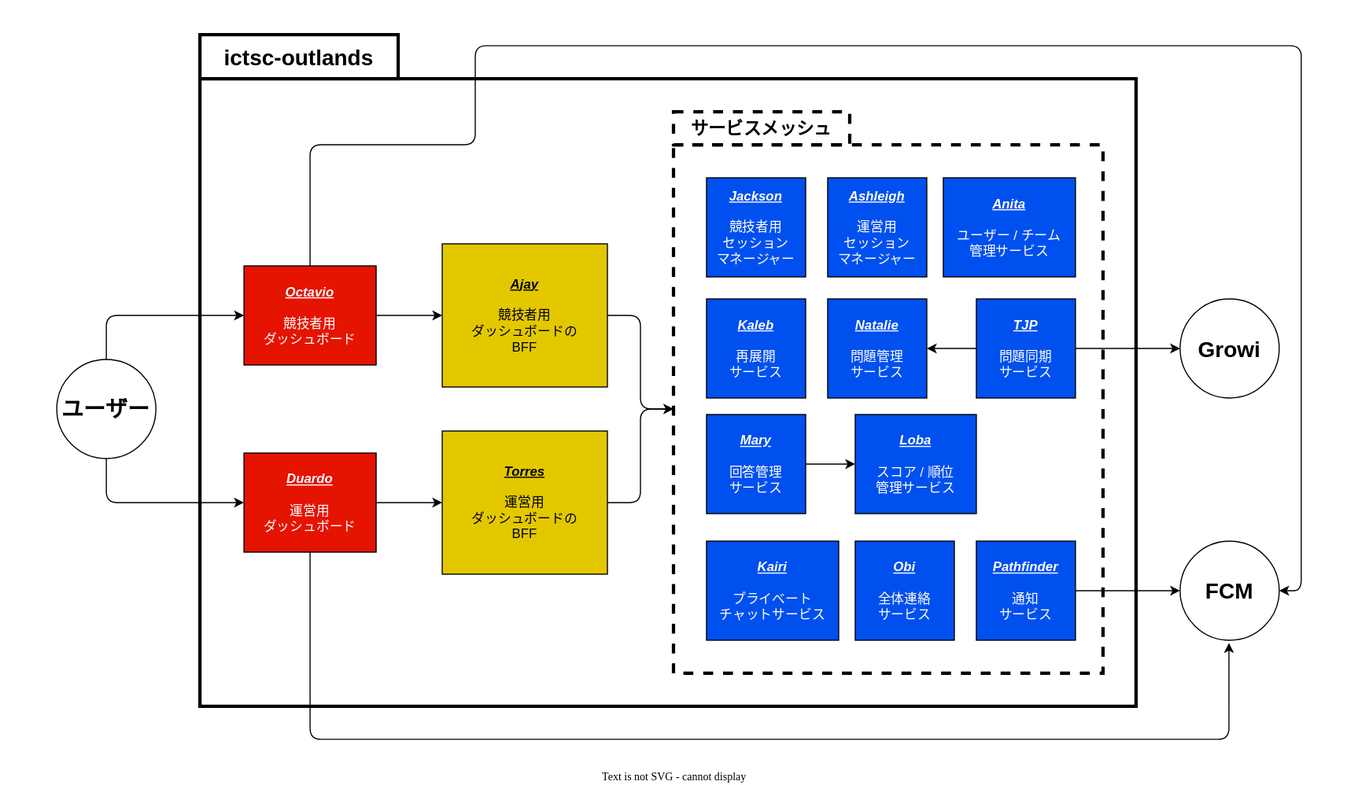
The draw.io diagram docs/architecture.dio.svg in ictsc/ictsc-regalia, before a commit. Source tidied: cells renumbered, new cells last; positions are measured from the earlier drawing's top-left corner, leaving out a move shared by most shapes.
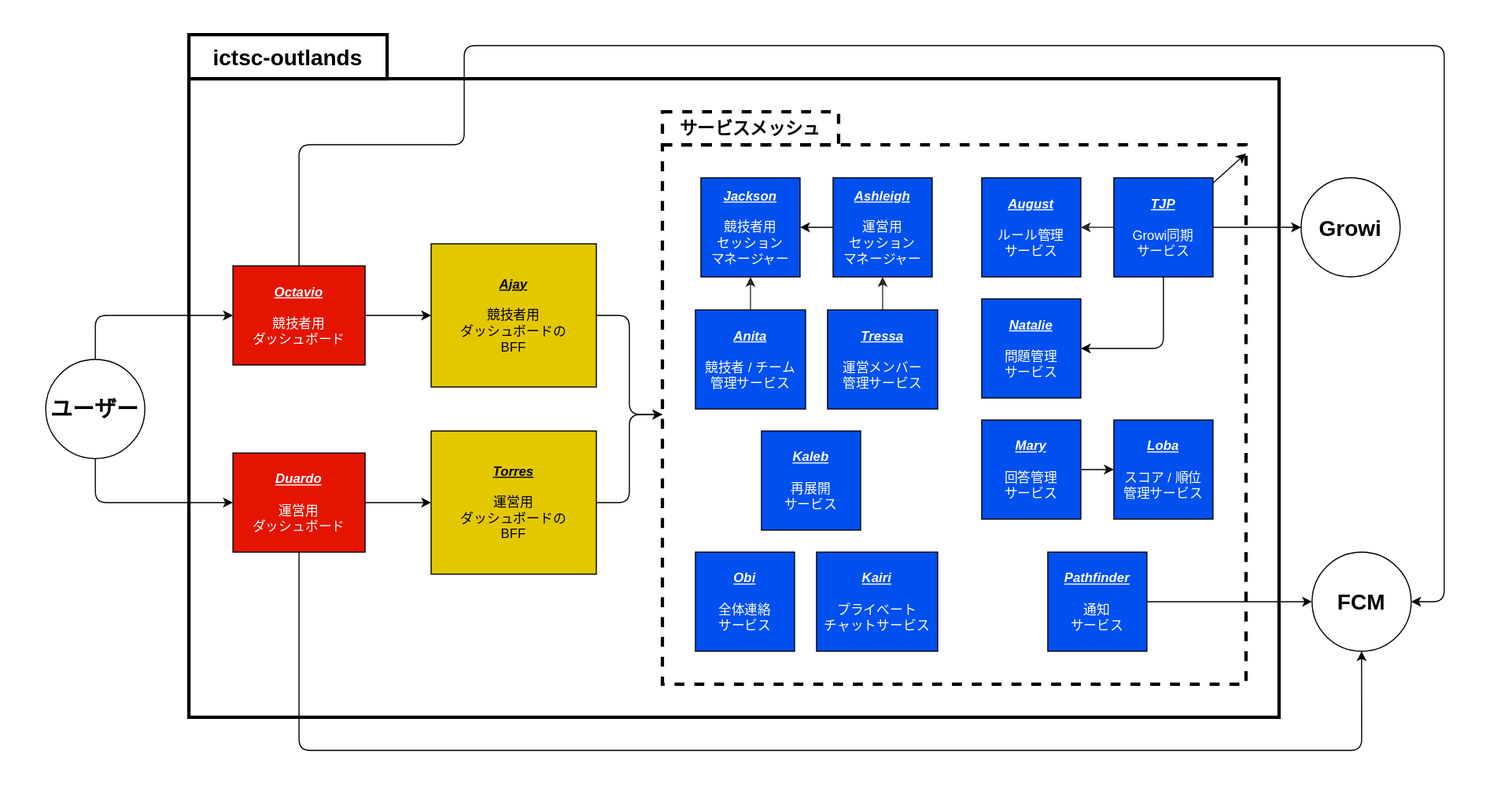
The same file after the commit.

Diff of the diagram source:
```diff
@@ -3,38 +3,25 @@
     <mxCell id="0" />
     <mxCell id="1" parent="0" />
     <mxCell id="2" style="whiteSpace=wrap;html=1;strokeWidth=3;fillColor=#FFFFFF;fontColor=#000000;strokeColor=none;fillStyle=solid;" parent="1" vertex="1">
-      <mxGeometry width="1220" height="710" as="geometry" />
+      <mxGeometry x="10" width="1370" height="720" as="geometry" />
     </mxCell>
     <mxCell id="3" style="whiteSpace=wrap;html=1;fillColor=none;strokeWidth=3;strokeColor=#000000;fontColor=#000000;" parent="1" vertex="1">
-      <mxGeometry x="180" y="70" width="850" height="570" as="geometry" />
+      <mxGeometry x="180" y="70" width="990" height="580" as="geometry" />
     </mxCell>
     <mxCell id="4" style="edgeStyle=orthogonalEdgeStyle;html=1;exitX=1;exitY=0.5;exitDx=0;exitDy=0;strokeColor=#000000;fontColor=#000000;" parent="1" edge="1" source="6" target="13">
       <mxGeometry relative="1" as="geometry" />
     </mxCell>
-    <mxCell id="5" style="edgeStyle=orthogonalEdgeStyle;html=1;strokeColor=#000000;fontColor=#000000;startArrow=none;exitX=0.5;exitY=0;exitDx=0;exitDy=0;" parent="1" edge="1" source="6">
-      <mxGeometry relative="1" as="geometry">
-        <mxPoint x="1160" y="535" as="targetPoint" />
-        <Array as="points">
-          <mxPoint x="280" y="130" />
-          <mxPoint x="430" y="130" />
-          <mxPoint x="430" y="40" />
-          <mxPoint x="1180" y="40" />
-          <mxPoint x="1180" y="535" />
-        </Array>
-      </mxGeometry>
-    </mxCell>
     <mxCell id="6" value="&lt;b&gt;&lt;i&gt;&lt;u&gt;Octavio&lt;br&gt;&lt;/u&gt;&lt;/i&gt;&lt;/b&gt;&lt;br&gt;競技者用&lt;br&gt;ダッシュボード" style="whiteSpace=wrap;html=1;fillColor=#e51400;strokeColor=#000000;fontColor=#ffffff;" parent="1" vertex="1">
       <mxGeometry x="220" y="240" width="120" height="90" as="geometry" />
     </mxCell>
     <mxCell id="7" style="edgeStyle=orthogonalEdgeStyle;html=1;exitX=1;exitY=0.5;exitDx=0;exitDy=0;entryX=0;entryY=0.5;entryDx=0;entryDy=0;strokeColor=#000000;fontColor=#000000;" parent="1" edge="1" source="9" target="15">
       <mxGeometry relative="1" as="geometry" />
     </mxCell>
-    <mxCell id="8" style="edgeStyle=orthogonalEdgeStyle;html=1;entryX=0.5;entryY=1;entryDx=0;entryDy=0;strokeColor=#000000;fontColor=#000000;" parent="1" edge="1" source="9">
+    <mxCell id="8" style="edgeStyle=orthogonalEdgeStyle;html=1;entryX=0.5;entryY=1;entryDx=0;entryDy=0;strokeColor=#000000;fontColor=#000000;" parent="1" edge="1" source="9" target="35">
       <mxGeometry relative="1" as="geometry">
-        <mxPoint x="1114.4" y="582.5" as="targetPoint" />
         <Array as="points">
-          <mxPoint x="280" y="670" />
-          <mxPoint x="1114" y="670" />
+          <mxPoint x="280" y="680" />
+          <mxPoint x="1245" y="680" />
         </Array>
       </mxGeometry>
     </mxCell>
@@ -53,6 +40,9 @@
     <mxCell id="13" value="&lt;b&gt;&lt;i&gt;&lt;u&gt;Ajay&lt;br&gt;&lt;/u&gt;&lt;/i&gt;&lt;/b&gt;&lt;br&gt;競技者用&lt;br&gt;ダッシュボードの&lt;br&gt;BFF" style="whiteSpace=wrap;html=1;strokeColor=#000000;fontColor=#000000;fillColor=#e3c800;" parent="1" vertex="1">
       <mxGeometry x="400" y="220" width="150" height="130" as="geometry" />
     </mxCell>
+    <mxCell id="32" value="&lt;blockquote&gt;&lt;br&gt;&lt;/blockquote&gt;" style="whiteSpace=wrap;html=1;fillStyle=solid;strokeColor=#000000;strokeWidth=3;fontColor=#000000;fillColor=none;dashed=1;" parent="1" vertex="1">
+      <mxGeometry x="610" y="130" width="530" height="490" as="geometry" />
+    </mxCell>
     <mxCell id="14" style="edgeStyle=orthogonalEdgeStyle;html=1;strokeColor=#000000;fontColor=#000000;" parent="1" edge="1" source="15" target="32">
       <mxGeometry relative="1" as="geometry" />
     </mxCell>
@@ -60,56 +50,62 @@
       <mxGeometry x="400" y="390" width="150" height="130" as="geometry" />
     </mxCell>
     <mxCell id="16" value="&lt;b&gt;&lt;i&gt;&lt;u&gt;Natalie&lt;br&gt;&lt;/u&gt;&lt;/i&gt;&lt;/b&gt;&lt;br&gt;問題管理&lt;br&gt;サービス" style="whiteSpace=wrap;html=1;strokeColor=#000000;fontColor=#ffffff;fillColor=#0050ef;" parent="1" vertex="1">
-      <mxGeometry x="750" y="270" width="90" height="90" as="geometry" />
+      <mxGeometry x="900" y="270" width="90" height="90" as="geometry" />
     </mxCell>
-    <mxCell id="17" style="edgeStyle=orthogonalEdgeStyle;html=1;entryX=1;entryY=0.5;entryDx=0;entryDy=0;strokeColor=#000000;fontColor=#000000;" parent="1" edge="1" source="19" target="16">
+    <mxCell id="17" style="edgeStyle=orthogonalEdgeStyle;html=1;strokeColor=#000000;fontColor=#000000;entryX=1;entryY=0.5;entryDx=0;entryDy=0;exitX=0.5;exitY=1;exitDx=0;exitDy=0;" parent="1" edge="1" source="19" target="16">
       <mxGeometry relative="1" as="geometry" />
     </mxCell>
     <mxCell id="18" style="edgeStyle=orthogonalEdgeStyle;html=1;exitX=1;exitY=0.5;exitDx=0;exitDy=0;entryX=0;entryY=0.5;entryDx=0;entryDy=0;strokeColor=#000000;fontColor=#000000;" parent="1" edge="1" source="19" target="20">
       <mxGeometry relative="1" as="geometry" />
     </mxCell>
+    <mxCell id="37" style="edgeStyle=none;html=1;" parent="1" edge="1" source="19" target="32">
+      <mxGeometry relative="1" as="geometry" />
+    </mxCell>
+    <mxCell id="38" style="edgeStyle=none;html=1;entryX=1;entryY=0.5;entryDx=0;entryDy=0;strokeWidth=1;endArrow=classic;endFill=1;sourcePerimeterSpacing=0;opacity=80;strokeColor=#000000;" parent="1" edge="1" source="19" target="44">
+      <mxGeometry relative="1" as="geometry" />
+    </mxCell>
-    <mxCell id="19" value="&lt;b&gt;&lt;i&gt;&lt;u&gt;TJP&lt;br&gt;&lt;/u&gt;&lt;/i&gt;&lt;/b&gt;&lt;br&gt;問題同期&lt;br&gt;サービス" style="whiteSpace=wrap;html=1;strokeColor=#000000;fontColor=#ffffff;fillColor=#0050ef;" parent="1" vertex="1">
-      <mxGeometry x="885" y="270" width="90" height="90" as="geometry" />
+    <mxCell id="19" value="&lt;b&gt;&lt;i&gt;&lt;u&gt;TJP&lt;br&gt;&lt;/u&gt;&lt;/i&gt;&lt;/b&gt;&lt;br&gt;Growi同期&lt;br&gt;サービス" style="whiteSpace=wrap;html=1;strokeColor=#000000;fontColor=#ffffff;fillColor=#0050ef;" parent="1" vertex="1">
+      <mxGeometry x="1020" y="160" width="90" height="90" as="geometry" />
     </mxCell>
-    <mxCell id="20" value="&lt;b&gt;&lt;font style=&quot;font-size: 20px;&quot;&gt;Growi&lt;/font&gt;&lt;/b&gt;" style="ellipse;whiteSpace=wrap;html=1;strokeColor=#000000;fontColor=#000000;fillColor=none;" parent="1" vertex="1">
-      <mxGeometry x="1070" y="270" width="90" height="90" as="geometry" />
-    </mxCell>
+    <mxCell id="39" style="edgeStyle=none;html=1;exitX=0.5;exitY=0;exitDx=0;exitDy=0;entryX=0.5;entryY=1;entryDx=0;entryDy=0;strokeColor=#000000;strokeWidth=1;endArrow=classic;endFill=1;sourcePerimeterSpacing=0;opacity=80;" parent="1" edge="1" source="21" target="26">
+      <mxGeometry relative="1" as="geometry" />
+    </mxCell>
-    <mxCell id="21" value="&lt;b&gt;&lt;i&gt;&lt;u&gt;Anita&lt;br&gt;&lt;/u&gt;&lt;/i&gt;&lt;/b&gt;&lt;br&gt;ユーザー / チーム&lt;br&gt;管理サービス" style="whiteSpace=wrap;html=1;strokeColor=#000000;fontColor=#ffffff;fillColor=#0050ef;" parent="1" vertex="1">
-      <mxGeometry x="855" y="160" width="120" height="90" as="geometry" />
+    <mxCell id="21" value="&lt;b&gt;&lt;i&gt;&lt;u&gt;Anita&lt;br&gt;&lt;/u&gt;&lt;/i&gt;&lt;/b&gt;&lt;br&gt;競技者 / チーム&lt;br&gt;管理サービス" style="whiteSpace=wrap;html=1;strokeColor=#000000;fontColor=#ffffff;fillColor=#0050ef;" parent="1" vertex="1">
+      <mxGeometry x="640" y="280" width="100" height="90" as="geometry" />
     </mxCell>
     <mxCell id="22" style="edgeStyle=orthogonalEdgeStyle;html=1;strokeColor=#000000;fontColor=#000000;" parent="1" edge="1" source="23" target="24">
       <mxGeometry relative="1" as="geometry" />
     </mxCell>
     <mxCell id="23" value="&lt;b&gt;&lt;i&gt;&lt;u&gt;Mary&lt;br&gt;&lt;/u&gt;&lt;/i&gt;&lt;/b&gt;&lt;br&gt;回答管理&lt;br&gt;サービス" style="whiteSpace=wrap;html=1;strokeColor=#000000;fontColor=#ffffff;fillColor=#0050ef;" parent="1" vertex="1">
-      <mxGeometry x="640" y="375" width="90" height="90" as="geometry" />
+      <mxGeometry x="900" y="380" width="90" height="90" as="geometry" />
     </mxCell>
     <mxCell id="24" value="&lt;b&gt;&lt;i&gt;&lt;u&gt;Loba&lt;br&gt;&lt;/u&gt;&lt;/i&gt;&lt;/b&gt;&lt;br&gt;スコア / 順位&lt;br&gt;管理サービス" style="whiteSpace=wrap;html=1;strokeColor=#000000;fontColor=#ffffff;fillColor=#0050ef;" parent="1" vertex="1">
-      <mxGeometry x="775" y="375" width="110" height="90" as="geometry" />
+      <mxGeometry x="1020" y="380" width="90" height="90" as="geometry" />
     </mxCell>
+    <mxCell id="40" style="edgeStyle=none;html=1;" parent="1" edge="1" source="25" target="26">
+      <mxGeometry relative="1" as="geometry" />
+    </mxCell>
     <mxCell id="25" value="&lt;b&gt;&lt;i&gt;&lt;u&gt;Ashleigh&lt;br&gt;&lt;/u&gt;&lt;/i&gt;&lt;/b&gt;&lt;br&gt;運営用&lt;br&gt;セッション&lt;br&gt;マネージャー" style="whiteSpace=wrap;html=1;strokeColor=#000000;fontColor=#ffffff;fillColor=#0050ef;" parent="1" vertex="1">
-      <mxGeometry x="750" y="160" width="90" height="90" as="geometry" />
+      <mxGeometry x="765" y="160" width="90" height="90" as="geometry" />
     </mxCell>
     <mxCell id="26" value="&lt;b&gt;&lt;i&gt;&lt;u&gt;Jackson&lt;br&gt;&lt;/u&gt;&lt;/i&gt;&lt;/b&gt;&lt;br&gt;競技者用&lt;br&gt;セッション&lt;br&gt;マネージャー" style="whiteSpace=wrap;html=1;strokeColor=#000000;fontColor=#ffffff;fillColor=#0050ef;" parent="1" vertex="1">
-      <mxGeometry x="640" y="160" width="90" height="90" as="geometry" />
+      <mxGeometry x="645" y="160" width="90" height="90" as="geometry" />
     </mxCell>
     <mxCell id="27" value="&lt;b&gt;&lt;i&gt;&lt;u&gt;Kaleb&lt;br&gt;&lt;/u&gt;&lt;/i&gt;&lt;/b&gt;&lt;br&gt;再展開&lt;br&gt;サービス" style="whiteSpace=wrap;html=1;strokeColor=#000000;fontColor=#ffffff;fillColor=#0050ef;" parent="1" vertex="1">
-      <mxGeometry x="640" y="270" width="90" height="90" as="geometry" />
+      <mxGeometry x="700" y="390" width="90" height="90" as="geometry" />
     </mxCell>
     <mxCell id="28" value="&lt;b&gt;&lt;i&gt;&lt;u&gt;Kairi&lt;br&gt;&lt;/u&gt;&lt;/i&gt;&lt;/b&gt;&lt;br&gt;プライべート&lt;br&gt;チャットサービス" style="whiteSpace=wrap;html=1;strokeColor=#000000;fontColor=#ffffff;fillColor=#0050ef;" parent="1" vertex="1">
-      <mxGeometry x="640" y="490" width="120" height="90" as="geometry" />
+      <mxGeometry x="750" y="500" width="110" height="90" as="geometry" />
     </mxCell>
     <mxCell id="29" style="edgeStyle=orthogonalEdgeStyle;html=1;entryX=0;entryY=0.5;entryDx=0;entryDy=0;strokeColor=#000000;fontColor=#000000;" parent="1" edge="1" source="30" target="35">
       <mxGeometry relative="1" as="geometry" />
     </mxCell>
     <mxCell id="30" value="&lt;b&gt;&lt;i&gt;&lt;u&gt;Pathfinder&lt;br&gt;&lt;/u&gt;&lt;/i&gt;&lt;/b&gt;&lt;br&gt;通知&lt;br&gt;サービス" style="whiteSpace=wrap;html=1;strokeColor=#000000;fontColor=#ffffff;fillColor=#0050ef;" parent="1" vertex="1">
-      <mxGeometry x="885" y="490" width="90" height="90" as="geometry" />
+      <mxGeometry x="960" y="500" width="90" height="90" as="geometry" />
     </mxCell>
     <mxCell id="31" value="&lt;b&gt;&lt;i&gt;&lt;u&gt;Obi&lt;br&gt;&lt;/u&gt;&lt;/i&gt;&lt;/b&gt;&lt;br&gt;全体連絡&lt;br&gt;サービス" style="whiteSpace=wrap;html=1;strokeColor=#000000;fontColor=#ffffff;fillColor=#0050ef;" parent="1" vertex="1">
-      <mxGeometry x="775" y="490" width="90" height="90" as="geometry" />
+      <mxGeometry x="640" y="500" width="90" height="90" as="geometry" />
     </mxCell>
-    <mxCell id="32" value="&lt;blockquote&gt;&lt;br&gt;&lt;/blockquote&gt;" style="whiteSpace=wrap;html=1;fillStyle=solid;strokeColor=#000000;strokeWidth=3;fontColor=#000000;fillColor=none;dashed=1;" parent="1" vertex="1">
-      <mxGeometry x="610" y="130" width="390" height="480" as="geometry" />
-    </mxCell>
     <mxCell id="33" value="&lt;b&gt;&lt;font style=&quot;font-size: 16px;&quot;&gt;サービスメッシュ&lt;/font&gt;&lt;/b&gt;" style="text;strokeColor=#000000;align=center;fillColor=none;html=1;verticalAlign=middle;whiteSpace=wrap;rounded=0;fillStyle=solid;strokeWidth=3;fontColor=#000000;dashed=1;" parent="1" vertex="1">
       <mxGeometry x="610" y="100" width="160" height="30" as="geometry" />
     </mxCell>
@@ -117,10 +113,33 @@
       <mxGeometry x="180" y="30" width="180" height="40" as="geometry" />
     </mxCell>
     <mxCell id="35" value="&lt;b&gt;&lt;font style=&quot;font-size: 20px;&quot;&gt;FCM&lt;/font&gt;&lt;/b&gt;" style="ellipse;whiteSpace=wrap;html=1;strokeColor=#000000;fontColor=#000000;fillColor=none;" parent="1" vertex="1">
-      <mxGeometry x="1070" y="490" width="90" height="90" as="geometry" />
+      <mxGeometry x="1200" y="500" width="90" height="90" as="geometry" />
     </mxCell>
     <mxCell id="36" value="&lt;b&gt;&lt;font style=&quot;font-size: 20px;&quot;&gt;ユーザー&lt;/font&gt;&lt;/b&gt;" style="ellipse;whiteSpace=wrap;html=1;strokeColor=#000000;fontColor=#000000;fillColor=none;" parent="1" vertex="1">
       <mxGeometry x="50" y="325" width="90" height="90" as="geometry" />
     </mxCell>
+    <mxCell id="41" style="edgeStyle=none;html=1;exitX=0.5;exitY=0;exitDx=0;exitDy=0;strokeColor=#000000;strokeWidth=1;endArrow=classic;endFill=1;sourcePerimeterSpacing=0;opacity=80;" parent="1" edge="1" source="42" target="25">
+      <mxGeometry relative="1" as="geometry" />
+    </mxCell>
+    <mxCell id="42" value="&lt;b&gt;&lt;i&gt;&lt;u&gt;Tressa&lt;br&gt;&lt;/u&gt;&lt;/i&gt;&lt;/b&gt;&lt;br&gt;運営メンバー&lt;br&gt;管理サービス" style="whiteSpace=wrap;html=1;strokeColor=#000000;fontColor=#ffffff;fillColor=#0050ef;" parent="1" vertex="1">
+      <mxGeometry x="760" y="280" width="100" height="90" as="geometry" />
+    </mxCell>
+    <mxCell id="43" style="edgeStyle=orthogonalEdgeStyle;html=1;strokeColor=#000000;fontColor=#000000;startArrow=none;exitX=0.5;exitY=0;exitDx=0;exitDy=0;endArrow=classic;sourcePerimeterSpacing=0;strokeWidth=1;entryX=1;entryY=0.5;entryDx=0;entryDy=0;endFill=1;" parent="1" edge="1" source="6" target="35">
+      <mxGeometry relative="1" as="geometry">
+        <Array as="points">
+          <mxPoint x="280" y="130" />
+          <mxPoint x="430" y="130" />
+          <mxPoint x="430" y="40" />
+          <mxPoint x="1320" y="40" />
+          <mxPoint x="1320" y="545" />
+        </Array>
+      </mxGeometry>
+    </mxCell>
+    <mxCell id="20" value="&lt;b&gt;&lt;font style=&quot;font-size: 20px;&quot;&gt;Growi&lt;/font&gt;&lt;/b&gt;" style="ellipse;whiteSpace=wrap;html=1;strokeColor=#000000;fontColor=#000000;fillColor=none;" parent="1" vertex="1">
+      <mxGeometry x="1190" y="160" width="90" height="90" as="geometry" />
+    </mxCell>
+    <mxCell id="44" value="&lt;b&gt;&lt;i&gt;&lt;u&gt;August&lt;br&gt;&lt;/u&gt;&lt;/i&gt;&lt;/b&gt;&lt;br&gt;ルール管理&lt;br&gt;サービス" style="whiteSpace=wrap;html=1;strokeColor=#000000;fontColor=#ffffff;fillColor=#0050ef;" parent="1" vertex="1">
+      <mxGeometry x="900" y="160" width="90" height="90" as="geometry" />
+    </mxCell>
   </root>
 </mxGraphModel>
```
